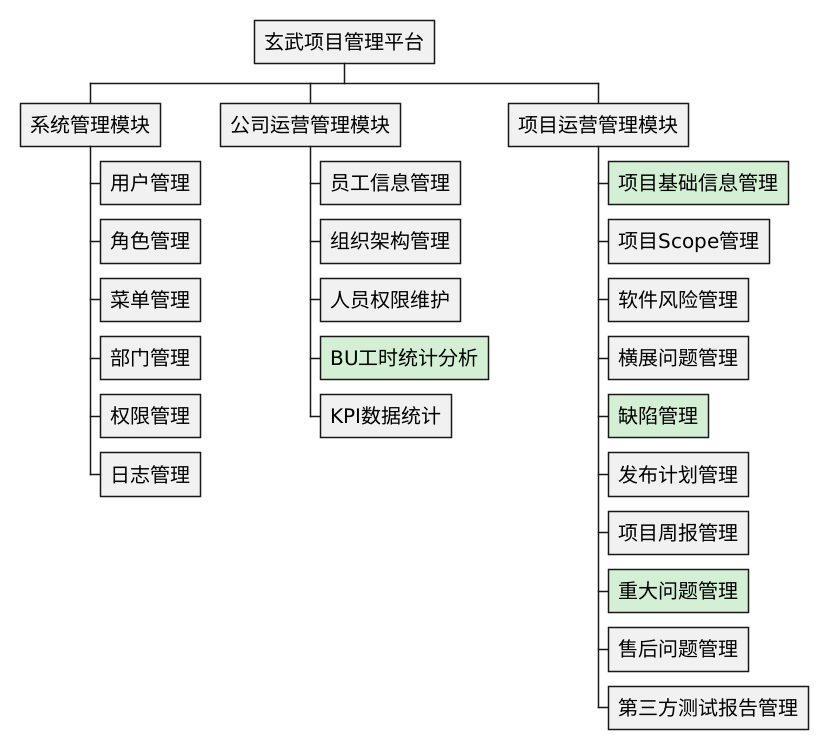
Moon-Knight1/SEU-Graduation-Thesis-Template keeps this PlantUML diagram as imgs/玄武功能模块图Detail.png. Above is the earlier version.
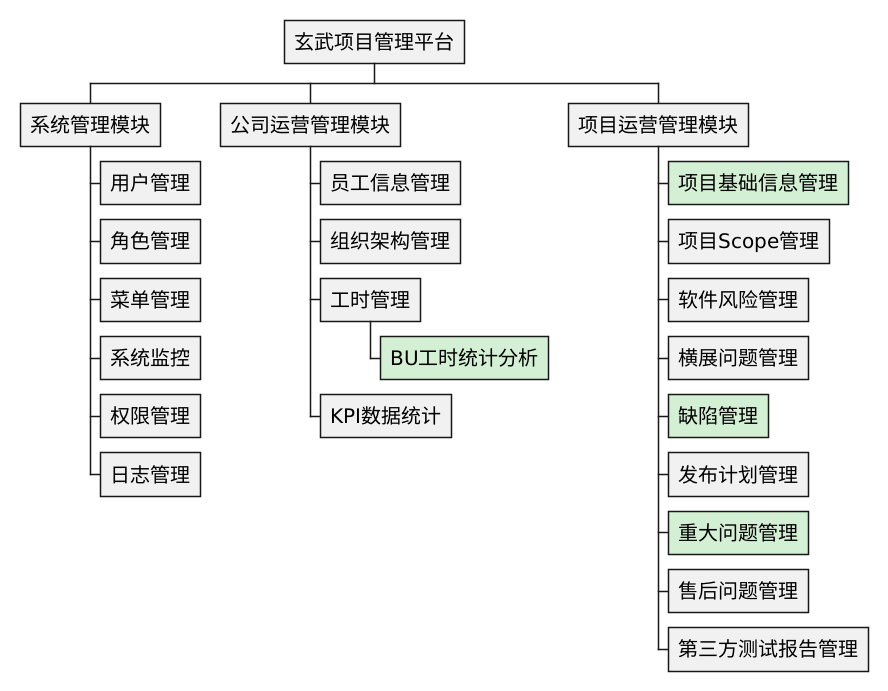
After the change.

What changed in the source:
```diff
@@ -24,14 +24,14 @@
 *** 用户管理
 *** 角色管理
 *** 菜单管理
-*** 部门管理
+*** 系统监控
 *** 权限管理
 *** 日志管理
 ** 公司运营管理模块
 *** 员工信息管理
 *** 组织架构管理
-*** 人员权限维护
-*** BU工时统计分析 <<highlight-green>>
+*** 工时管理
+**** BU工时统计分析 <<highlight-green>>
 *** KPI数据统计
 ** 项目运营管理模块
 *** 项目基础信息管理 <<highlight-green>>
@@ -40,7 +40,6 @@
 *** 横展问题管理
 *** 缺陷管理 <<highlight-green>>
 *** 发布计划管理
-*** 项目周报管理
 *** 重大问题管理 <<highlight-green>>
 *** 售后问题管理
 *** 第三方测试报告管理
```
